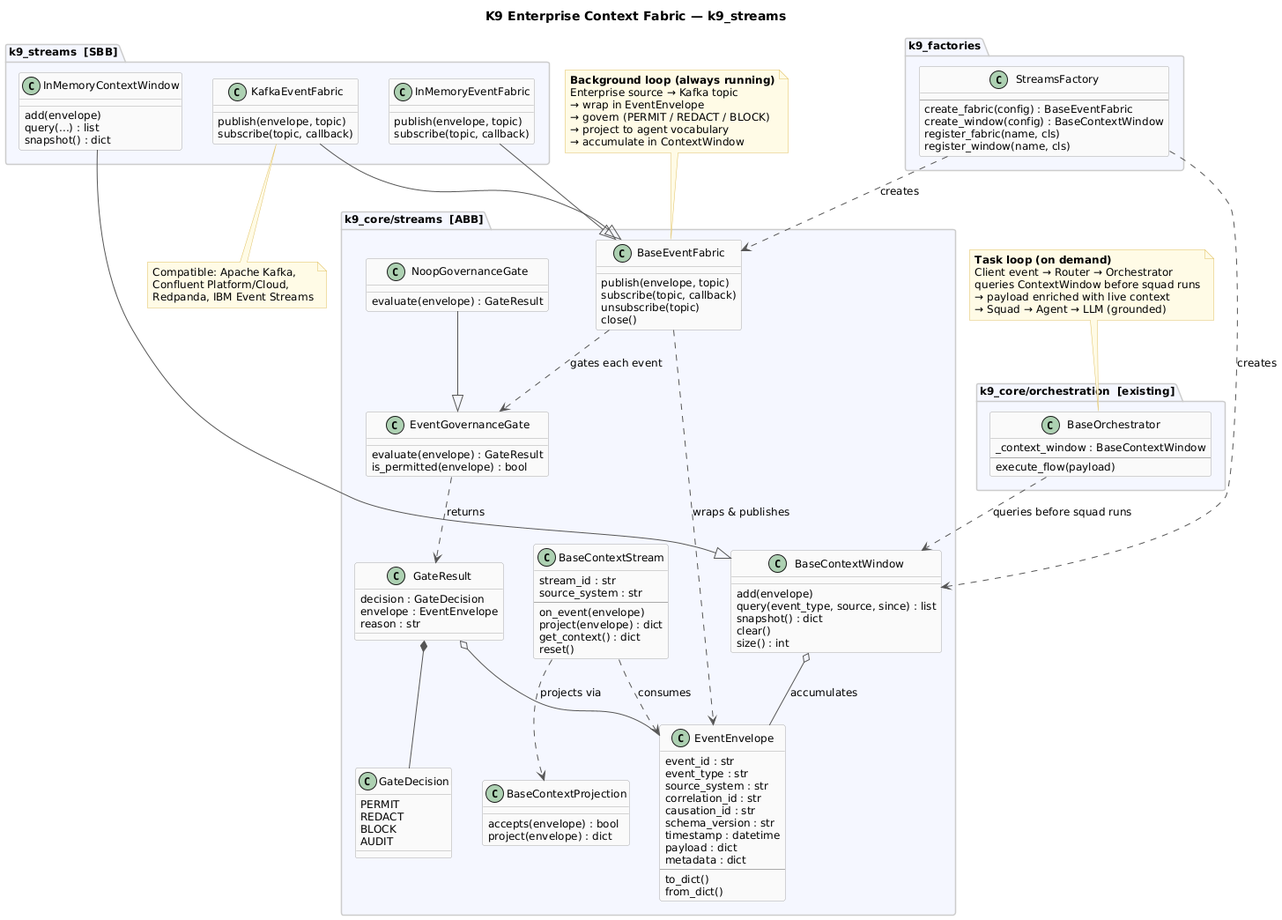
The PlantUML diagram assets/images/blogs/k9_streams_architecture.png in k9aif/k9-aif-blogs, before a commit.
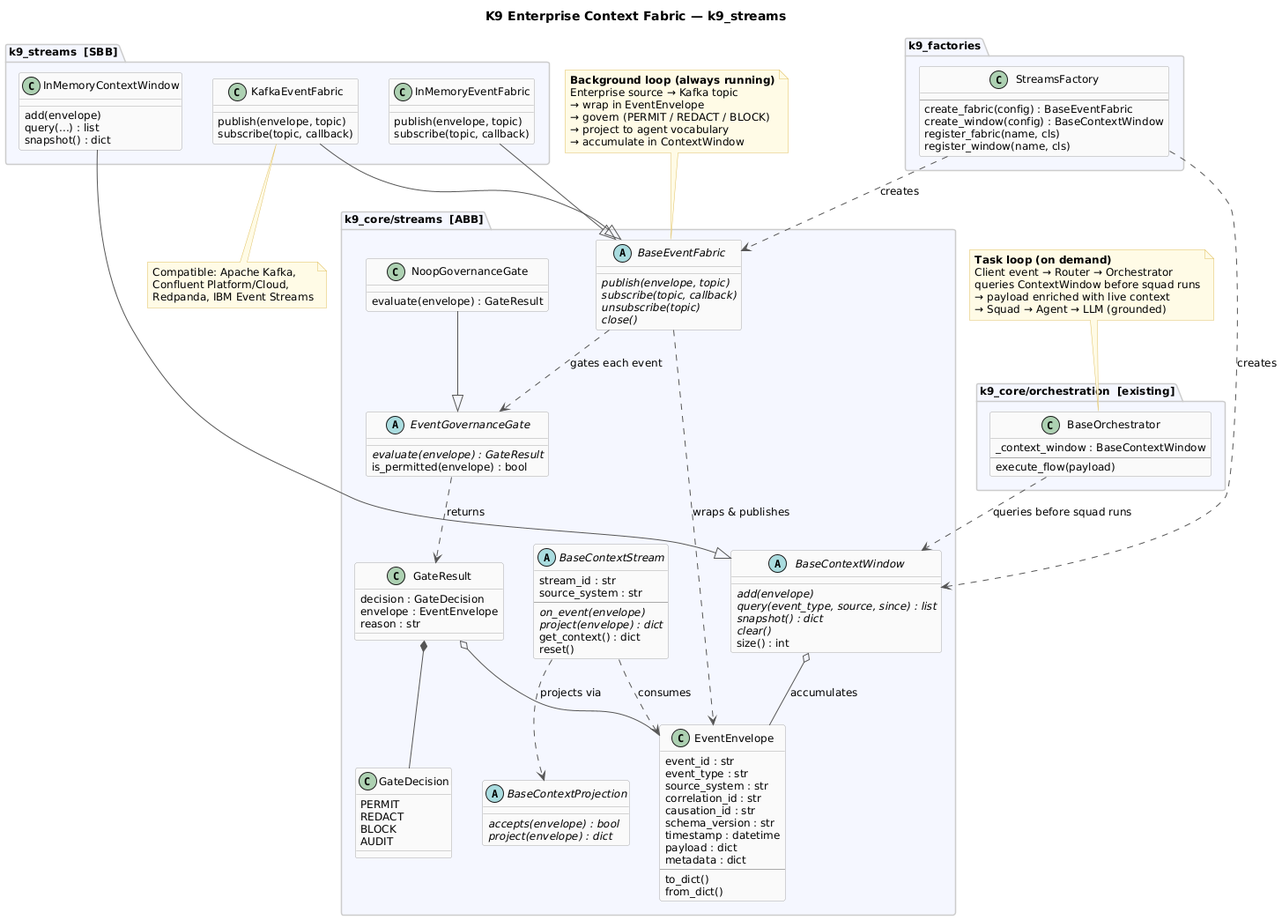
Later version of the same file.

Commit message:
Update k9_streams architecture diagram — mark ABC contracts as abstract classes

Regenerated PNG reflects corrected PlantUML source: BaseEventFabric, EventGovernanceGate,
BaseContextStream, BaseContextProjection, and BaseContextWindow now show the abstract-class
icon, matching their @abstractmethod contracts in the actual Python source.

Change to the diagram source:
```diff
@@ -40,15 +40,15 @@
         reason : str
     }
 
-    class BaseEventFabric {
-        publish(envelope, topic)
-        subscribe(topic, callback)
-        unsubscribe(topic)
-        close()
+    abstract class BaseEventFabric {
+        {abstract} publish(envelope, topic)
+        {abstract} subscribe(topic, callback)
+        {abstract} unsubscribe(topic)
+        {abstract} close()
     }
 
-    class EventGovernanceGate {
-        evaluate(envelope) : GateResult
+    abstract class EventGovernanceGate {
+        {abstract} evaluate(envelope) : GateResult
         is_permitted(envelope) : bool
     }
 
@@ -56,26 +56,26 @@
         evaluate(envelope) : GateResult
     }
 
-    class BaseContextStream {
+    abstract class BaseContextStream {
         stream_id : str
         source_system : str
         --
-        on_event(envelope)
-        project(envelope) : dict
+        {abstract} on_event(envelope)
+        {abstract} project(envelope) : dict
         get_context() : dict
         reset()
     }
 
-    class BaseContextProjection {
-        accepts(envelope) : bool
-        project(envelope) : dict
+    abstract class BaseContextProjection {
+        {abstract} accepts(envelope) : bool
+        {abstract} project(envelope) : dict
     }
 
-    class BaseContextWindow {
-        add(envelope)
-        query(event_type, source, since) : list
-        snapshot() : dict
-        clear()
+    abstract class BaseContextWindow {
+        {abstract} add(envelope)
+        {abstract} query(event_type, source, since) : list
+        {abstract} snapshot() : dict
+        {abstract} clear()
         size() : int
     }
 }
```
